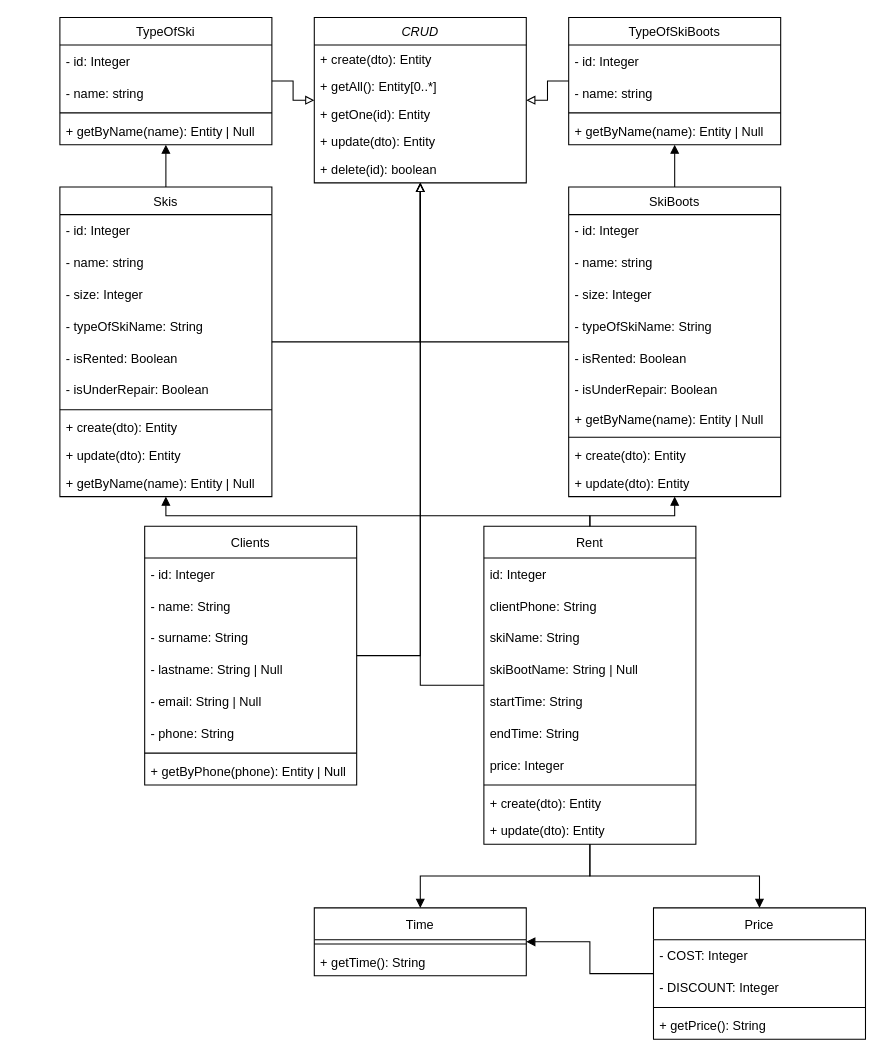
This is page "Classes" (2 of 2) of AlfaStrah.drawio from BoJlkogaB/AlfaStrah, a draw.io file, before an edit. Source tidied: cells renumbered, new cells numbered last; positions are measured from the earlier drawing's top-left corner, leaving out a move shared by most shapes. Both pictures are drawn from the tidied source at 106%, with x=0, y=0 at pixel (59, 17).
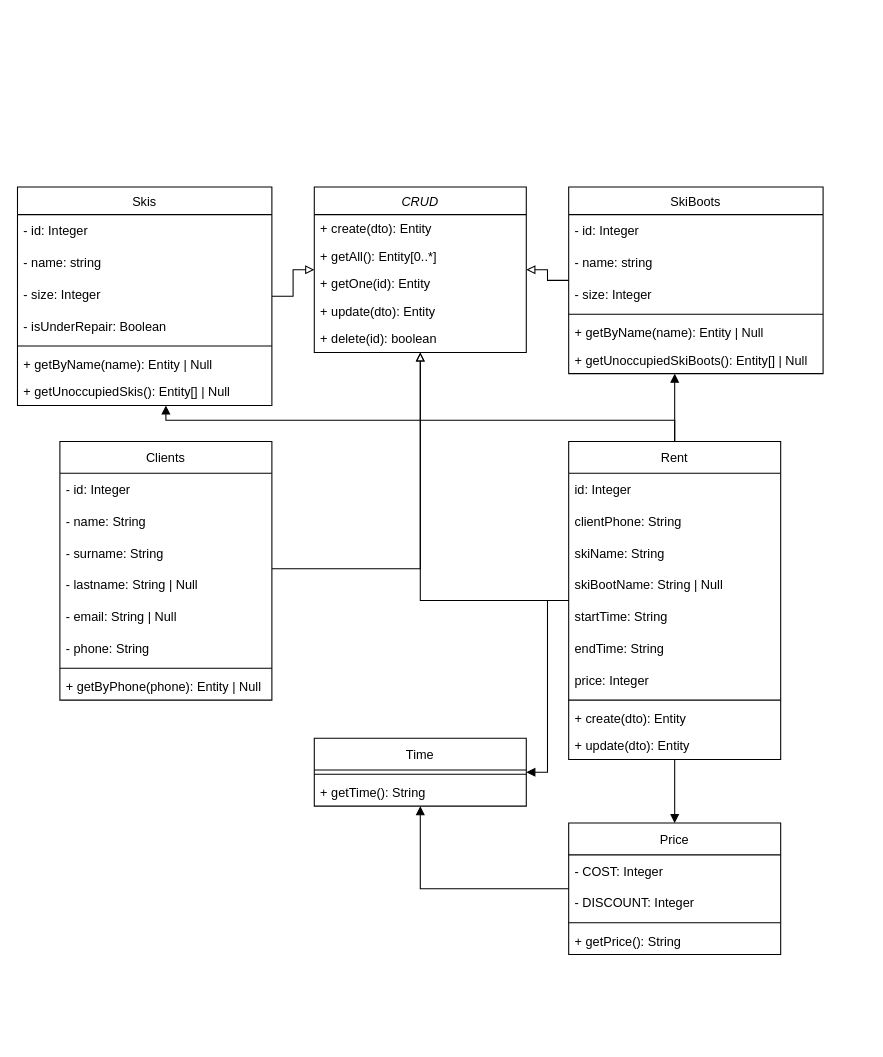
Above is the later version.

The edit, as a diff of the source:
```diff
@@
-    <mxCell id="3" style="edgeStyle=orthogonalEdgeStyle;rounded=0;jettySize=auto;html=1;endArrow=block;endFill=1;" parent="1" edge="1" source="4" target="22">
-      <mxGeometry relative="1" as="geometry" />
-    </mxCell>
     <mxCell id="4" value="Skis" style="swimlane;fontStyle=0;horizontal=1;startSize=26;fillColor=none;" parent="1" vertex="1">
-      <mxGeometry y="160" width="200" height="292" as="geometry" />
+      <mxGeometry x="-40" y="160" width="240" height="206" as="geometry" />
     </mxCell>
     <mxCell id="5" value="- id: Integer" style="text;strokeColor=none;fillColor=none;align=left;verticalAlign=middle;spacingLeft=4;spacingRight=4;overflow=hidden;" parent="4" vertex="1">
-      <mxGeometry y="26" width="200" height="30" as="geometry" />
+      <mxGeometry y="26" width="240" height="30" as="geometry" />
     </mxCell>
     <mxCell id="6" value="- name: string" style="text;strokeColor=none;fillColor=none;align=left;verticalAlign=middle;spacingLeft=4;spacingRight=4;overflow=hidden;" parent="4" vertex="1">
-      <mxGeometry y="56" width="200" height="30" as="geometry" />
+      <mxGeometry y="56" width="240" height="30" as="geometry" />
     </mxCell>
     <mxCell id="7" value="- size: Integer" style="text;strokeColor=none;fillColor=none;align=left;verticalAlign=middle;spacingLeft=4;spacingRight=4;overflow=hidden;" parent="4" vertex="1">
-      <mxGeometry y="86" width="200" height="30" as="geometry" />
+      <mxGeometry y="86" width="240" height="30" as="geometry" />
     </mxCell>
-    <mxCell id="8" value="- typeOfSkiName: String" style="text;strokeColor=none;fillColor=none;align=left;verticalAlign=middle;spacingLeft=4;spacingRight=4;overflow=hidden;" parent="4" vertex="1">
-      <mxGeometry y="116" width="200" height="30" as="geometry" />
-    </mxCell>
-    <mxCell id="9" value="- isRented: Boolean" style="text;strokeColor=none;fillColor=none;align=left;verticalAlign=middle;spacingLeft=4;spacingRight=4;overflow=hidden;" parent="4" vertex="1">
-      <mxGeometry y="146" width="200" height="30" as="geometry" />
-    </mxCell>
     <mxCell id="10" value="- isUnderRepair: Boolean" style="text;strokeColor=none;fillColor=none;align=left;verticalAlign=middle;spacingLeft=4;spacingRight=4;overflow=hidden;" parent="4" vertex="1">
-      <mxGeometry y="176" width="200" height="30" as="geometry" />
+      <mxGeometry y="116" width="240" height="30" as="geometry" />
     </mxCell>
     <mxCell id="11" style="line;strokeWidth=1;fillColor=none;align=left;verticalAlign=middle;spacingTop=-1;spacingLeft=3;spacingRight=3;labelPosition=right;glass=1;" parent="4" vertex="1">
-      <mxGeometry y="206" width="200" height="8" as="geometry" />
+      <mxGeometry y="146" width="240" height="8" as="geometry" />
     </mxCell>
-    <mxCell id="12" value="+ create(dto): Entity" style="text;strokeColor=none;fillColor=none;align=left;verticalAlign=top;spacingLeft=4;spacingRight=4;overflow=hidden;" parent="4" vertex="1">
-      <mxGeometry y="214" width="200" height="26" as="geometry" />
-    </mxCell>
-    <mxCell id="13" value="+ update(dto): Entity" style="text;strokeColor=none;fillColor=none;align=left;verticalAlign=top;spacingLeft=4;spacingRight=4;overflow=hidden;" parent="4" vertex="1">
-      <mxGeometry y="240" width="200" height="26" as="geometry" />
-    </mxCell>
     <mxCell id="14" value="+ getByName(name): Entity | Null" style="text;strokeColor=none;fillColor=none;align=left;verticalAlign=top;spacingLeft=4;spacingRight=4;overflow=hidden;" parent="4" vertex="1">
-      <mxGeometry y="266" width="200" height="26" as="geometry" />
+      <mxGeometry y="154" width="240" height="26" as="geometry" />
     </mxCell>
+    <mxCell id="81" value="+ getUnoccupiedSkis(): Entity[] | Null" style="text;strokeColor=none;fillColor=none;align=left;verticalAlign=top;spacingLeft=4;spacingRight=4;overflow=hidden;" parent="4" vertex="1">
+      <mxGeometry y="180" width="240" height="26" as="geometry" />
+    </mxCell>
     <mxCell id="15" value="CRUD" style="swimlane;fontStyle=2;horizontal=1;startSize=26;fillColor=none;" parent="1" vertex="1">
-      <mxGeometry x="240" width="200" height="156" as="geometry" />
+      <mxGeometry x="240" y="160" width="200" height="156" as="geometry" />
     </mxCell>
@@
-    <mxCell id="21" style="edgeStyle=orthogonalEdgeStyle;rounded=0;jettySize=auto;html=1;endArrow=block;endFill=0;" parent="1" edge="1" source="22" target="15">
-      <mxGeometry relative="1" as="geometry" />
-    </mxCell>
-    <mxCell id="22" value="TypeOfSki" style="swimlane;fontStyle=0;horizontal=1;startSize=26;fillColor=none;" parent="1" vertex="1">
-      <mxGeometry width="200" height="120" as="geometry" />
-    </mxCell>
-    <mxCell id="23" value="- id: Integer" style="text;strokeColor=none;fillColor=none;align=left;verticalAlign=middle;spacingLeft=4;spacingRight=4;overflow=hidden;" parent="22" vertex="1">
-      <mxGeometry y="26" width="200" height="30" as="geometry" />
-    </mxCell>
-    <mxCell id="24" value="- name: string" style="text;strokeColor=none;fillColor=none;align=left;verticalAlign=middle;spacingLeft=4;spacingRight=4;overflow=hidden;" parent="22" vertex="1">
-      <mxGeometry y="56" width="200" height="30" as="geometry" />
-    </mxCell>
-    <mxCell id="25" style="line;strokeWidth=1;fillColor=none;align=left;verticalAlign=middle;spacingTop=-1;spacingLeft=3;spacingRight=3;labelPosition=right;glass=1;" parent="22" vertex="1">
-      <mxGeometry y="86" width="200" height="8" as="geometry" />
-    </mxCell>
-    <mxCell id="26" value="+ getByName(name): Entity | Null" style="text;strokeColor=none;fillColor=none;align=left;verticalAlign=top;spacingLeft=4;spacingRight=4;overflow=hidden;" parent="22" vertex="1">
-      <mxGeometry y="94" width="200" height="26" as="geometry" />
-    </mxCell>
-    <mxCell id="27" style="edgeStyle=orthogonalEdgeStyle;rounded=0;jettySize=auto;html=1;endArrow=block;endFill=1;" parent="1" edge="1" source="28" target="39">
-      <mxGeometry relative="1" as="geometry" />
-    </mxCell>
     <mxCell id="28" value="SkiBoots" style="swimlane;fontStyle=0;horizontal=1;startSize=26;fillColor=none;" parent="1" vertex="1">
-      <mxGeometry x="480" y="160" width="200" height="292" as="geometry" />
+      <mxGeometry x="480" y="160" width="240" height="176" as="geometry" />
     </mxCell>
     <mxCell id="29" value="- id: Integer" style="text;strokeColor=none;fillColor=none;align=left;verticalAlign=middle;spacingLeft=4;spacingRight=4;overflow=hidden;" parent="28" vertex="1">
-      <mxGeometry y="26" width="200" height="30" as="geometry" />
+      <mxGeometry y="26" width="240" height="30" as="geometry" />
     </mxCell>
     <mxCell id="30" value="- name: string" style="text;strokeColor=none;fillColor=none;align=left;verticalAlign=middle;spacingLeft=4;spacingRight=4;overflow=hidden;" parent="28" vertex="1">
-      <mxGeometry y="56" width="200" height="30" as="geometry" />
+      <mxGeometry y="56" width="240" height="30" as="geometry" />
     </mxCell>
     <mxCell id="31" value="- size: Integer" style="text;strokeColor=none;fillColor=none;align=left;verticalAlign=middle;spacingLeft=4;spacingRight=4;overflow=hidden;" parent="28" vertex="1">
-      <mxGeometry y="86" width="200" height="30" as="geometry" />
+      <mxGeometry y="86" width="240" height="30" as="geometry" />
     </mxCell>
-    <mxCell id="32" value="- typeOfSkiName: String" style="text;strokeColor=none;fillColor=none;align=left;verticalAlign=middle;spacingLeft=4;spacingRight=4;overflow=hidden;" parent="28" vertex="1">
-      <mxGeometry y="116" width="200" height="30" as="geometry" />
-    </mxCell>
-    <mxCell id="33" value="- isRented: Boolean" style="text;strokeColor=none;fillColor=none;align=left;verticalAlign=middle;spacingLeft=4;spacingRight=4;overflow=hidden;" parent="28" vertex="1">
-      <mxGeometry y="146" width="200" height="30" as="geometry" />
-    </mxCell>
-    <mxCell id="34" value="- isUnderRepair: Boolean" style="text;strokeColor=none;fillColor=none;align=left;verticalAlign=middle;spacingLeft=4;spacingRight=4;overflow=hidden;" parent="28" vertex="1">
-      <mxGeometry y="176" width="200" height="30" as="geometry" />
-    </mxCell>
+    <mxCell id="36" style="line;strokeWidth=1;fillColor=none;align=left;verticalAlign=middle;spacingTop=-1;spacingLeft=3;spacingRight=3;labelPosition=right;glass=1;" parent="28" vertex="1">
+      <mxGeometry y="116" width="240" height="8" as="geometry" />
+    </mxCell>
     <mxCell id="35" value="+ getByName(name): Entity | Null" style="text;strokeColor=none;fillColor=none;align=left;verticalAlign=top;spacingLeft=4;spacingRight=4;overflow=hidden;" parent="28" vertex="1">
-      <mxGeometry y="206" width="200" height="26" as="geometry" />
+      <mxGeometry y="124" width="240" height="26" as="geometry" />
     </mxCell>
-    <mxCell id="36" style="line;strokeWidth=1;fillColor=none;align=left;verticalAlign=middle;spacingTop=-1;spacingLeft=3;spacingRight=3;labelPosition=right;glass=1;" parent="28" vertex="1">
-      <mxGeometry y="232" width="200" height="8" as="geometry" />
-    </mxCell>
-    <mxCell id="37" value="+ create(dto): Entity" style="text;strokeColor=none;fillColor=none;align=left;verticalAlign=top;spacingLeft=4;spacingRight=4;overflow=hidden;" parent="28" vertex="1">
-      <mxGeometry y="240" width="200" height="26" as="geometry" />
-    </mxCell>
-    <mxCell id="38" value="+ update(dto): Entity" style="text;strokeColor=none;fillColor=none;align=left;verticalAlign=top;spacingLeft=4;spacingRight=4;overflow=hidden;" parent="28" vertex="1">
-      <mxGeometry y="266" width="200" height="26" as="geometry" />
-    </mxCell>
-    <mxCell id="39" value="TypeOfSkiBoots" style="swimlane;fontStyle=0;horizontal=1;startSize=26;fillColor=none;" parent="1" vertex="1">
-      <mxGeometry x="480" width="200" height="120" as="geometry" />
-    </mxCell>
-    <mxCell id="40" value="- id: Integer" style="text;strokeColor=none;fillColor=none;align=left;verticalAlign=middle;spacingLeft=4;spacingRight=4;overflow=hidden;" parent="39" vertex="1">
-      <mxGeometry y="26" width="200" height="30" as="geometry" />
-    </mxCell>
-    <mxCell id="41" value="- name: string" style="text;strokeColor=none;fillColor=none;align=left;verticalAlign=middle;spacingLeft=4;spacingRight=4;overflow=hidden;" parent="39" vertex="1">
-      <mxGeometry y="56" width="200" height="30" as="geometry" />
-    </mxCell>
-    <mxCell id="42" style="line;strokeWidth=1;fillColor=none;align=left;verticalAlign=middle;spacingTop=-1;spacingLeft=3;spacingRight=3;labelPosition=right;glass=1;" parent="39" vertex="1">
-      <mxGeometry y="86" width="200" height="8" as="geometry" />
-    </mxCell>
-    <mxCell id="43" value="+ getByName(name): Entity | Null" style="text;strokeColor=none;fillColor=none;align=left;verticalAlign=top;spacingLeft=4;spacingRight=4;overflow=hidden;" parent="39" vertex="1">
-      <mxGeometry y="94" width="200" height="26" as="geometry" />
-    </mxCell>
+    <mxCell id="82" value="+ getUnoccupiedSkiBoots(): Entity[] | Null" style="text;strokeColor=none;fillColor=none;align=left;verticalAlign=top;spacingLeft=4;spacingRight=4;overflow=hidden;" parent="28" vertex="1">
+      <mxGeometry y="150" width="240" height="26" as="geometry" />
+    </mxCell>
@@
-    <mxCell id="45" style="edgeStyle=orthogonalEdgeStyle;rounded=0;jettySize=auto;html=1;endArrow=block;endFill=0;" parent="1" edge="1" source="39" target="15">
-      <mxGeometry relative="1" as="geometry" />
-    </mxCell>
     <mxCell id="46" value="Clients" style="swimlane;fontStyle=0;horizontal=1;startSize=30;" parent="1" vertex="1">
-      <mxGeometry x="80" y="480" width="200" height="244" as="geometry" />
+      <mxGeometry y="400" width="200" height="244" as="geometry" />
     </mxCell>
@@
     <mxCell id="55" style="edgeStyle=orthogonalEdgeStyle;rounded=0;jettySize=auto;html=1;endArrow=block;endFill=0;" parent="1" edge="1" source="46" target="15">
       <mxGeometry relative="1" as="geometry">
         <Array as="points">
-          <mxPoint x="340" y="602" />
+          <mxPoint x="340" y="520" />
         </Array>
       </mxGeometry>
     </mxCell>
@@
     <mxCell id="58" value="Rent" style="swimlane;fontStyle=0;horizontal=1;startSize=30;" parent="1" vertex="1">
-      <mxGeometry x="400" y="480" width="200" height="300" as="geometry" />
+      <mxGeometry x="480" y="400" width="200" height="300" as="geometry" />
     </mxCell>
@@
     <mxCell id="69" style="edgeStyle=orthogonalEdgeStyle;rounded=0;jettySize=auto;html=1;endArrow=block;endFill=0;" parent="1" edge="1" source="58" target="15">
       <mxGeometry relative="1" as="geometry">
         <Array as="points">
-          <mxPoint x="340" y="630" />
+          <mxPoint x="340" y="550" />
         </Array>
       </mxGeometry>
     </mxCell>
     <mxCell id="70" style="edgeStyle=orthogonalEdgeStyle;rounded=0;jettySize=auto;html=1;endArrow=block;endFill=1;" parent="1" edge="1" source="58" target="4">
       <mxGeometry relative="1" as="geometry">
         <Array as="points">
-          <mxPoint x="500" y="470" />
-          <mxPoint x="100" y="470" />
+          <mxPoint x="580" y="380" />
+          <mxPoint x="100" y="380" />
         </Array>
       </mxGeometry>
     </mxCell>
@@
     <mxCell id="72" value="Time" style="swimlane;fontStyle=0;horizontal=1;startSize=30;" parent="1" vertex="1">
-      <mxGeometry x="240" y="840" width="200" height="64" as="geometry" />
+      <mxGeometry x="240" y="680" width="200" height="64" as="geometry" />
     </mxCell>
@@
     <mxCell id="76" value="Price" style="swimlane;fontStyle=0;horizontal=1;startSize=30;" parent="1" vertex="1">
-      <mxGeometry x="560" y="840" width="200" height="124" as="geometry" />
+      <mxGeometry x="480" y="760" width="200" height="124" as="geometry" />
     </mxCell>
```
